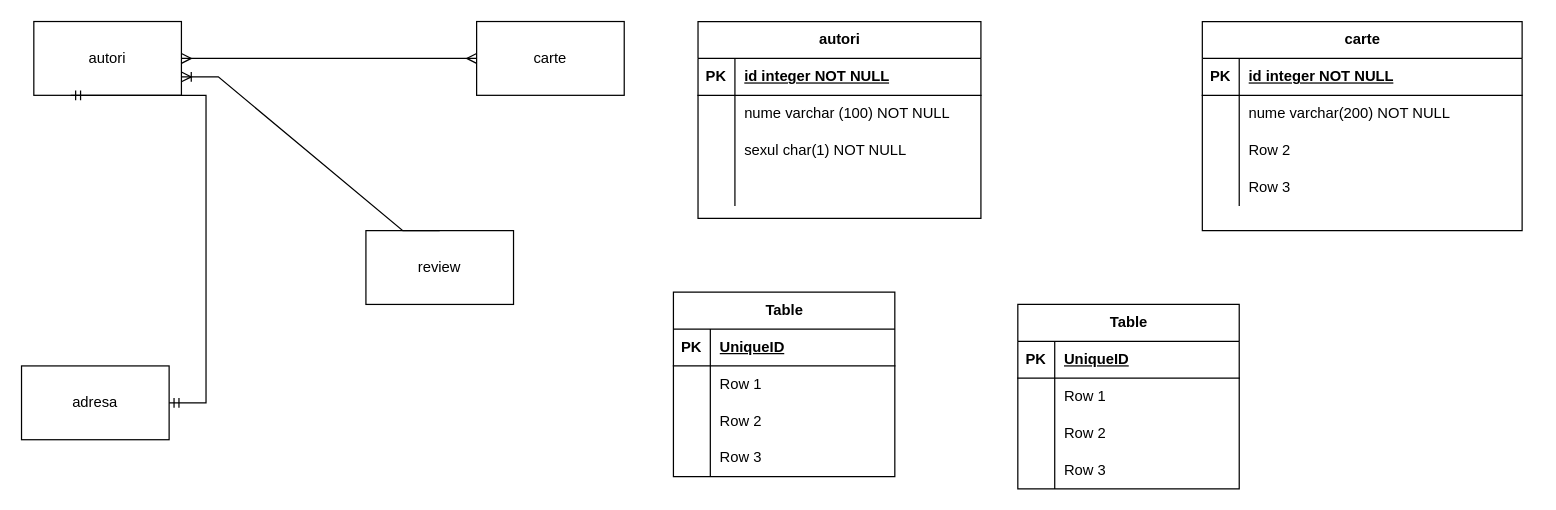
The draw.io diagram exerciti_16_12_2023.drawio in cristian19122001/modelare_db, before the edit. Source tidied: cells renumbered, new cells numbered last; positions are measured from the earlier drawing's top-left corner, leaving out a move shared by most shapes. Both pictures are drawn from the tidied source at 123%, with x=0, y=0 at pixel (21, 21).
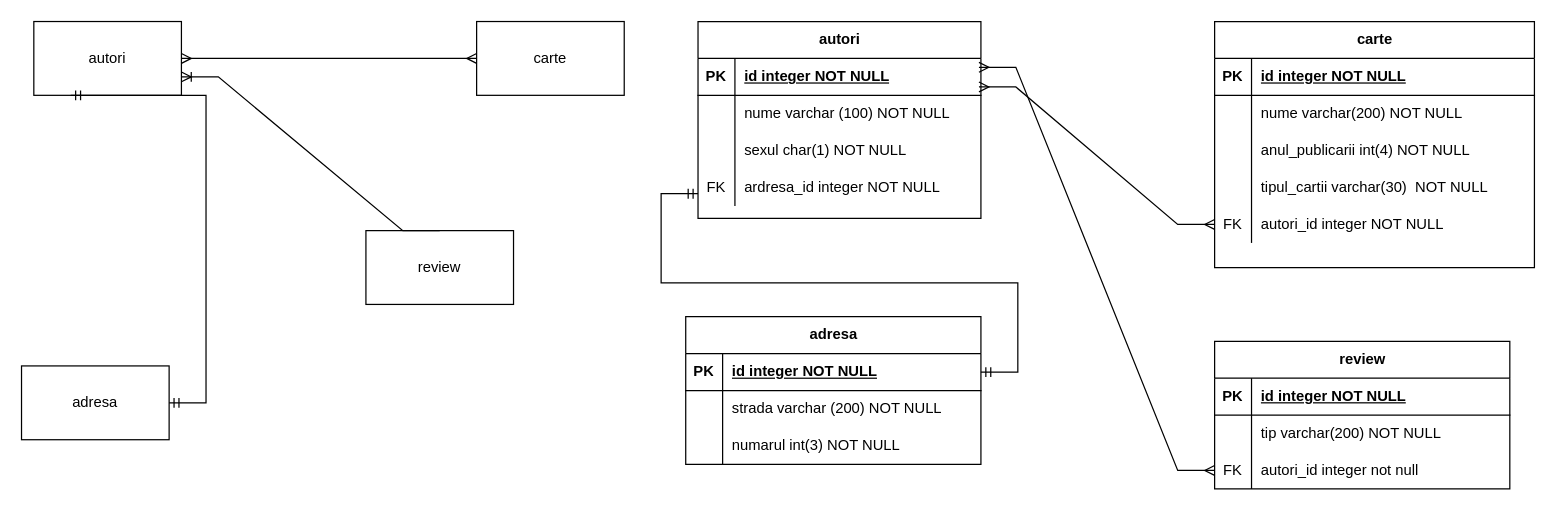
After the change.

Unchanged cells that the change refers to:
```xml
<mxCell id="10" style="shape=tableRow;horizontal=0;startSize=0;swimlaneHead=0;swimlaneBody=0;fillColor=none;points=[[0,0.5],[1,0.5]];portConstraint=eastwest;top=0;left=0;right=0;bottom=1;" parent="9" vertex="1">
  <mxGeometry y="30" width="230" height="30" as="geometry" />
</mxCell>
<mxCell id="19" style="shape=tableRow;horizontal=0;startSize=0;swimlaneHead=0;swimlaneBody=0;fillColor=none;top=0;left=0;right=0;bottom=0;" parent="9" vertex="1">
  <mxGeometry y="120" width="230" height="30" as="geometry" />
</mxCell>
<mxCell id="29" style="shape=tableRow;horizontal=0;startSize=0;swimlaneHead=0;swimlaneBody=0;fillColor=none;top=0;left=0;right=0;bottom=0;" parent="22" vertex="1">
  <mxGeometry y="90" width="260" height="30" as="geometry" />
</mxCell>
<mxCell id="32" style="shape=tableRow;horizontal=0;startSize=0;swimlaneHead=0;swimlaneBody=0;fillColor=none;top=0;left=0;right=0;bottom=0;" parent="22" vertex="1">
  <mxGeometry y="120" width="260" height="30" as="geometry" />
</mxCell>
```

Diff of the diagram source:
```diff
@@
-    <mxCell id="20" style="shape=partialRectangle;fillColor=none;top=0;left=0;bottom=0;right=0;overflow=hidden;whiteSpace=wrap;html=1;" parent="19" vertex="1">
+    <mxCell id="20" value="FK" style="shape=partialRectangle;fillColor=none;top=0;left=0;bottom=0;right=0;overflow=hidden;whiteSpace=wrap;html=1;" parent="19" vertex="1">
       <mxGeometry width="30" height="30" as="geometry" />
     </mxCell>
-    <mxCell id="21" style="shape=partialRectangle;fillColor=none;top=0;left=0;bottom=0;right=0;align=left;spacingLeft=6;overflow=hidden;whiteSpace=wrap;html=1;" parent="19" vertex="1">
+    <mxCell id="21" value="ardresa_id integer NOT NULL" style="shape=partialRectangle;fillColor=none;top=0;left=0;bottom=0;right=0;align=left;spacingLeft=6;overflow=hidden;whiteSpace=wrap;html=1;" parent="19" vertex="1">
       <mxGeometry x="30" width="200" height="30" as="geometry" />
     </mxCell>
     <mxCell id="22" value="carte" style="shape=table;startSize=30;childLayout=tableLayout;rowLines=0;fontStyle=1;align=center;html=1;" parent="1" vertex="1">
-      <mxGeometry x="960" width="260" height="170" as="geometry" />
+      <mxGeometry x="970" width="260" height="200" as="geometry" />
     </mxCell>
@@
-    <mxCell id="31" value="Row 2" style="shape=partialRectangle;fillColor=none;top=0;left=0;bottom=0;right=0;align=left;spacingLeft=6;overflow=hidden;whiteSpace=wrap;html=1;" parent="29" vertex="1">
+    <mxCell id="31" value="anul_publicarii int(4) NOT NULL" style="shape=partialRectangle;fillColor=none;top=0;left=0;bottom=0;right=0;align=left;spacingLeft=6;overflow=hidden;whiteSpace=wrap;html=1;" parent="29" vertex="1">
       <mxGeometry x="30" width="230" height="30" as="geometry" />
     </mxCell>
@@
-    <mxCell id="34" value="Row 3" style="shape=partialRectangle;fillColor=none;top=0;left=0;bottom=0;right=0;align=left;spacingLeft=6;overflow=hidden;whiteSpace=wrap;html=1;" parent="32" vertex="1">
+    <mxCell id="34" value="tipul_cartii varchar(30)&amp;nbsp; NOT NULL" style="shape=partialRectangle;fillColor=none;top=0;left=0;bottom=0;right=0;align=left;spacingLeft=6;overflow=hidden;whiteSpace=wrap;html=1;" parent="32" vertex="1">
       <mxGeometry x="30" width="230" height="30" as="geometry" />
     </mxCell>
+    <mxCell id="61" style="shape=tableRow;horizontal=0;startSize=0;swimlaneHead=0;swimlaneBody=0;fillColor=none;points=[[0,0.5],[1,0.5]];portConstraint=eastwest;top=0;left=0;right=0;bottom=0;" parent="22" vertex="1">
+      <mxGeometry y="150" width="260" height="30" as="geometry" />
+    </mxCell>
+    <mxCell id="62" value="FK" style="shape=partialRectangle;fillColor=none;top=0;left=0;bottom=0;right=0;overflow=hidden;whiteSpace=wrap;html=1;" parent="61" vertex="1">
+      <mxGeometry width="30" height="30" as="geometry" />
+    </mxCell>
+    <mxCell id="63" value="autori_id integer NOT NULL" style="shape=partialRectangle;fillColor=none;top=0;left=0;bottom=0;right=0;align=left;spacingLeft=6;overflow=hidden;whiteSpace=wrap;html=1;" parent="61" vertex="1">
+      <mxGeometry x="30" width="230" height="30" as="geometry" />
+    </mxCell>
-    <mxCell id="35" value="Table" style="shape=table;startSize=30;childLayout=tableLayout;rowLines=0;fontStyle=1;align=center;html=1;" parent="1" vertex="1">
-      <mxGeometry x="530" y="220" width="180" height="150" as="geometry" />
+    <mxCell id="35" value="adresa" style="shape=table;startSize=30;childLayout=tableLayout;rowLines=0;fontStyle=1;align=center;html=1;" parent="1" vertex="1">
+      <mxGeometry x="540" y="240" width="240" height="120" as="geometry" />
     </mxCell>
     <mxCell id="36" style="shape=tableRow;horizontal=0;startSize=0;swimlaneHead=0;swimlaneBody=0;fillColor=none;points=[[0,0.5],[1,0.5]];portConstraint=eastwest;top=0;left=0;right=0;bottom=1;" parent="35" vertex="1">
-      <mxGeometry y="30" width="180" height="30" as="geometry" />
+      <mxGeometry y="30" width="240" height="30" as="geometry" />
     </mxCell>
@@
-    <mxCell id="38" value="UniqueID" style="shape=partialRectangle;fillColor=none;top=0;left=0;bottom=0;right=0;align=left;spacingLeft=6;fontStyle=5;overflow=hidden;whiteSpace=wrap;html=1;" parent="36" vertex="1">
-      <mxGeometry x="30" width="150" height="30" as="geometry" />
+    <mxCell id="38" value="id integer NOT NULL" style="shape=partialRectangle;fillColor=none;top=0;left=0;bottom=0;right=0;align=left;spacingLeft=6;fontStyle=5;overflow=hidden;whiteSpace=wrap;html=1;" parent="36" vertex="1">
+      <mxGeometry x="30" width="210" height="30" as="geometry" />
     </mxCell>
     <mxCell id="39" style="shape=tableRow;horizontal=0;startSize=0;swimlaneHead=0;swimlaneBody=0;fillColor=none;top=0;left=0;right=0;bottom=0;" parent="35" vertex="1">
-      <mxGeometry y="60" width="180" height="30" as="geometry" />
+      <mxGeometry y="60" width="240" height="30" as="geometry" />
     </mxCell>
@@
-    <mxCell id="41" value="Row 1" style="shape=partialRectangle;fillColor=none;top=0;left=0;bottom=0;right=0;align=left;spacingLeft=6;overflow=hidden;whiteSpace=wrap;html=1;" parent="39" vertex="1">
-      <mxGeometry x="30" width="150" height="30" as="geometry" />
+    <mxCell id="41" value="strada varchar (200) NOT NULL" style="shape=partialRectangle;fillColor=none;top=0;left=0;bottom=0;right=0;align=left;spacingLeft=6;overflow=hidden;whiteSpace=wrap;html=1;" parent="39" vertex="1">
+      <mxGeometry x="30" width="210" height="30" as="geometry" />
     </mxCell>
     <mxCell id="42" style="shape=tableRow;horizontal=0;startSize=0;swimlaneHead=0;swimlaneBody=0;fillColor=none;top=0;left=0;right=0;bottom=0;" parent="35" vertex="1">
-      <mxGeometry y="90" width="180" height="30" as="geometry" />
+      <mxGeometry y="90" width="240" height="30" as="geometry" />
     </mxCell>
@@
-    <mxCell id="44" value="Row 2" style="shape=partialRectangle;fillColor=none;top=0;left=0;bottom=0;right=0;align=left;spacingLeft=6;overflow=hidden;whiteSpace=wrap;html=1;" parent="42" vertex="1">
-      <mxGeometry x="30" width="150" height="30" as="geometry" />
+    <mxCell id="44" value="numarul int(3) NOT NULL" style="shape=partialRectangle;fillColor=none;top=0;left=0;bottom=0;right=0;align=left;spacingLeft=6;overflow=hidden;whiteSpace=wrap;html=1;" parent="42" vertex="1">
+      <mxGeometry x="30" width="210" height="30" as="geometry" />
     </mxCell>
-    <mxCell id="45" style="shape=tableRow;horizontal=0;startSize=0;swimlaneHead=0;swimlaneBody=0;fillColor=none;top=0;left=0;right=0;bottom=0;" parent="35" vertex="1">
-      <mxGeometry y="120" width="180" height="30" as="geometry" />
-    </mxCell>
-    <mxCell id="46" style="shape=partialRectangle;fillColor=none;top=0;left=0;bottom=0;right=0;overflow=hidden;whiteSpace=wrap;html=1;" parent="45" vertex="1">
-      <mxGeometry width="30" height="30" as="geometry" />
-    </mxCell>
-    <mxCell id="47" value="Row 3" style="shape=partialRectangle;fillColor=none;top=0;left=0;bottom=0;right=0;align=left;spacingLeft=6;overflow=hidden;whiteSpace=wrap;html=1;" parent="45" vertex="1">
-      <mxGeometry x="30" width="150" height="30" as="geometry" />
-    </mxCell>
-    <mxCell id="48" value="Table" style="shape=table;startSize=30;childLayout=tableLayout;rowLines=0;fontStyle=1;align=center;html=1;" parent="1" vertex="1">
-      <mxGeometry x="810" y="230" width="180" height="150" as="geometry" />
+    <mxCell id="48" value="review" style="shape=table;startSize=30;childLayout=tableLayout;rowLines=0;fontStyle=1;align=center;html=1;" parent="1" vertex="1">
+      <mxGeometry x="970" y="260" width="240" height="120" as="geometry" />
     </mxCell>
     <mxCell id="49" style="shape=tableRow;horizontal=0;startSize=0;swimlaneHead=0;swimlaneBody=0;fillColor=none;top=0;left=0;right=0;bottom=1;" parent="48" vertex="1">
-      <mxGeometry y="30" width="180" height="30" as="geometry" />
+      <mxGeometry y="30" width="240" height="30" as="geometry" />
     </mxCell>
@@
-    <mxCell id="51" value="UniqueID" style="shape=partialRectangle;fillColor=none;top=0;left=0;bottom=0;right=0;align=left;spacingLeft=6;fontStyle=5;overflow=hidden;whiteSpace=wrap;html=1;" parent="49" vertex="1">
-      <mxGeometry x="30" width="150" height="30" as="geometry" />
+    <mxCell id="51" value="id integer NOT NULL" style="shape=partialRectangle;fillColor=none;top=0;left=0;bottom=0;right=0;align=left;spacingLeft=6;fontStyle=5;overflow=hidden;whiteSpace=wrap;html=1;" parent="49" vertex="1">
+      <mxGeometry x="30" width="210" height="30" as="geometry" />
     </mxCell>
     <mxCell id="52" style="shape=tableRow;horizontal=0;startSize=0;swimlaneHead=0;swimlaneBody=0;fillColor=none;top=0;left=0;right=0;bottom=0;" parent="48" vertex="1">
-      <mxGeometry y="60" width="180" height="30" as="geometry" />
+      <mxGeometry y="60" width="240" height="30" as="geometry" />
     </mxCell>
@@
-    <mxCell id="54" value="Row 1" style="shape=partialRectangle;fillColor=none;top=0;left=0;bottom=0;right=0;align=left;spacingLeft=6;overflow=hidden;whiteSpace=wrap;html=1;" parent="52" vertex="1">
-      <mxGeometry x="30" width="150" height="30" as="geometry" />
+    <mxCell id="54" value="tip varchar(200) NOT NULL" style="shape=partialRectangle;fillColor=none;top=0;left=0;bottom=0;right=0;align=left;spacingLeft=6;overflow=hidden;whiteSpace=wrap;html=1;" parent="52" vertex="1">
+      <mxGeometry x="30" width="210" height="30" as="geometry" />
     </mxCell>
     <mxCell id="55" style="shape=tableRow;horizontal=0;startSize=0;swimlaneHead=0;swimlaneBody=0;fillColor=none;points=[[0,0.5],[1,0.5]];portConstraint=eastwest;top=0;left=0;right=0;bottom=0;" parent="48" vertex="1">
-      <mxGeometry y="90" width="180" height="30" as="geometry" />
+      <mxGeometry y="90" width="240" height="30" as="geometry" />
     </mxCell>
-    <mxCell id="56" style="shape=partialRectangle;fillColor=none;top=0;left=0;bottom=0;right=0;overflow=hidden;whiteSpace=wrap;html=1;" parent="55" vertex="1">
+    <mxCell id="56" value="FK" style="shape=partialRectangle;fillColor=none;top=0;left=0;bottom=0;right=0;overflow=hidden;whiteSpace=wrap;html=1;" parent="55" vertex="1">
       <mxGeometry width="30" height="30" as="geometry" />
     </mxCell>
-    <mxCell id="57" value="Row 2" style="shape=partialRectangle;fillColor=none;top=0;left=0;bottom=0;right=0;align=left;spacingLeft=6;overflow=hidden;whiteSpace=wrap;html=1;" parent="55" vertex="1">
-      <mxGeometry x="30" width="150" height="30" as="geometry" />
+    <mxCell id="57" value="autori_id integer not null" style="shape=partialRectangle;fillColor=none;top=0;left=0;bottom=0;right=0;align=left;spacingLeft=6;overflow=hidden;whiteSpace=wrap;html=1;" parent="55" vertex="1">
+      <mxGeometry x="30" width="210" height="30" as="geometry" />
     </mxCell>
-    <mxCell id="58" style="shape=tableRow;horizontal=0;startSize=0;swimlaneHead=0;swimlaneBody=0;fillColor=none;top=0;left=0;right=0;bottom=0;" parent="48" vertex="1">
-      <mxGeometry y="120" width="180" height="30" as="geometry" />
-    </mxCell>
-    <mxCell id="59" style="shape=partialRectangle;fillColor=none;top=0;left=0;bottom=0;right=0;overflow=hidden;whiteSpace=wrap;html=1;" parent="58" vertex="1">
-      <mxGeometry width="30" height="30" as="geometry" />
-    </mxCell>
-    <mxCell id="60" value="Row 3" style="shape=partialRectangle;fillColor=none;top=0;left=0;bottom=0;right=0;align=left;spacingLeft=6;overflow=hidden;whiteSpace=wrap;html=1;" parent="58" vertex="1">
-      <mxGeometry x="30" width="150" height="30" as="geometry" />
-    </mxCell>
+    <mxCell id="64" style="edgeStyle=entityRelationEdgeStyle;fontSize=12;html=1;endArrow=ERmany;startArrow=ERmany;rounded=0;entryX=0;entryY=0.5;entryDx=0;entryDy=0;exitX=0.993;exitY=0.773;exitDx=0;exitDy=0;exitPerimeter=0;" parent="1" edge="1" source="10" target="61">
+      <mxGeometry relative="1" as="geometry" />
+    </mxCell>
+    <mxCell id="65" style="edgeStyle=entityRelationEdgeStyle;fontSize=12;html=1;endArrow=ERmandOne;startArrow=ERmandOne;rounded=0;exitX=1;exitY=0.5;exitDx=0;exitDy=0;" parent="1" edge="1" source="36">
+      <mxGeometry relative="1" as="geometry">
+        <mxPoint x="550" y="140" as="targetPoint" />
+      </mxGeometry>
+    </mxCell>
+    <mxCell id="66" style="edgeStyle=entityRelationEdgeStyle;fontSize=12;html=1;endArrow=ERmany;startArrow=ERmany;rounded=0;exitX=0.993;exitY=0.24;exitDx=0;exitDy=0;exitPerimeter=0;entryX=0;entryY=0.5;entryDx=0;entryDy=0;" parent="1" edge="1" source="10" target="55">
+      <mxGeometry relative="1" as="geometry" />
+    </mxCell>
```
